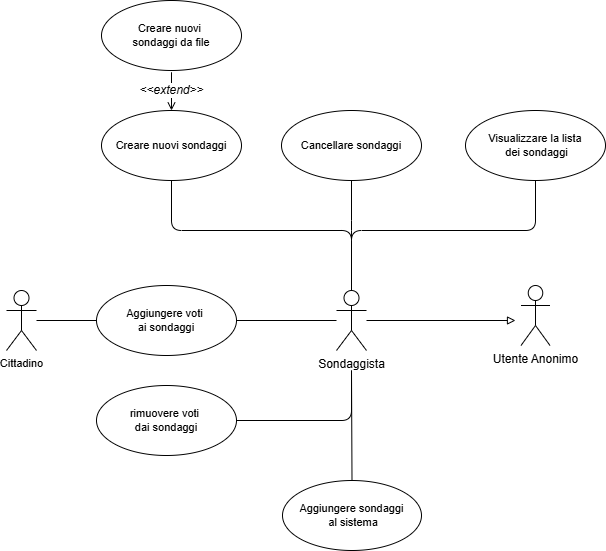
Before: deliverable/images/UseCase_diagrams/Sondaggista.drawio.png, a diagram exported from draw.io (lucafano04/progettoIngenieriaSoftware). Source tidied: cells renumbered, new cells last; positions are measured from the earlier drawing's top-left corner, leaving out a move shared by most shapes.
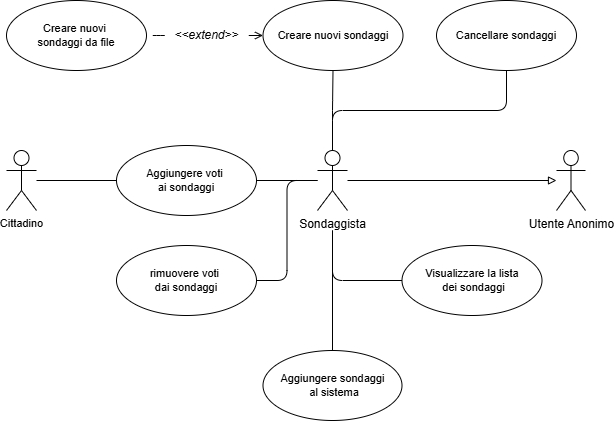
After the commit.

Commit message:
updated Anonimo and Sondaggista use case images

Diff of the diagram source:
```diff
@@ -2,86 +2,84 @@
   <root>
     <mxCell id="0" />
     <mxCell id="1" parent="0" />
-    <mxCell id="2" style="edgeStyle=orthogonalEdgeStyle;shape=connector;curved=0;rounded=1;jettySize=auto;html=1;strokeColor=default;align=center;verticalAlign=middle;fontFamily=Helvetica;fontSize=11;fontColor=default;labelBackgroundColor=default;endArrow=none;endFill=0;" parent="1" edge="1" source="7" target="16">
-      <mxGeometry relative="1" as="geometry">
-        <Array as="points">
-          <mxPoint x="345" y="230" />
-          <mxPoint x="529" y="230" />
-        </Array>
-      </mxGeometry>
-    </mxCell>
+    <mxCell id="5" style="edgeStyle=orthogonalEdgeStyle;shape=connector;curved=0;rounded=1;jettySize=auto;html=1;strokeColor=default;align=center;verticalAlign=middle;fontFamily=Helvetica;fontSize=11;fontColor=default;labelBackgroundColor=default;endArrow=none;endFill=0;" parent="1" edge="1" source="7" target="11">
+      <mxGeometry relative="1" as="geometry" />
+    </mxCell>
+    <mxCell id="21" style="edgeStyle=orthogonalEdgeStyle;rounded=1;jettySize=auto;html=1;entryX=1;entryY=0.5;entryDx=0;entryDy=0;curved=0;endArrow=none;endFill=0;" parent="1" edge="1" source="7" target="18">
+      <mxGeometry relative="1" as="geometry" />
+    </mxCell>
+    <mxCell id="4" style="edgeStyle=orthogonalEdgeStyle;rounded=1;jettySize=auto;html=1;entryX=0.5;entryY=1;entryDx=0;entryDy=0;curved=0;endArrow=none;endFill=0;" parent="1" edge="1" source="7" target="10">
+      <mxGeometry relative="1" as="geometry">
+        <Array as="points">
+          <mxPoint x="345" y="250" />
+          <mxPoint x="519" y="250" />
+        </Array>
+      </mxGeometry>
+    </mxCell>
-    <mxCell id="3" style="edgeStyle=orthogonalEdgeStyle;shape=connector;curved=0;rounded=1;jettySize=auto;html=1;strokeColor=default;align=center;verticalAlign=middle;fontFamily=Helvetica;fontSize=11;fontColor=default;labelBackgroundColor=default;endArrow=none;endFill=0;" parent="1" edge="1" source="7" target="15">
-      <mxGeometry relative="1" as="geometry">
-        <Array as="points">
-          <mxPoint x="345" y="230" />
-          <mxPoint x="165" y="230" />
-        </Array>
-      </mxGeometry>
+    <mxCell id="3" style="edgeStyle=orthogonalEdgeStyle;rounded=1;jettySize=auto;html=1;entryX=0.5;entryY=1;entryDx=0;entryDy=0;endArrow=none;endFill=0;curved=0;" parent="1" edge="1" source="7" target="15">
+      <mxGeometry relative="1" as="geometry" />
     </mxCell>
-    <mxCell id="4" style="edgeStyle=orthogonalEdgeStyle;shape=connector;curved=0;rounded=1;jettySize=auto;html=1;strokeColor=default;align=center;verticalAlign=middle;fontFamily=Helvetica;fontSize=11;fontColor=default;labelBackgroundColor=default;endArrow=none;endFill=0;" parent="1" edge="1" source="7" target="10">
-      <mxGeometry relative="1" as="geometry">
-        <Array as="points">
-          <mxPoint x="345" y="230" />
-          <mxPoint x="345" y="230" />
-        </Array>
-      </mxGeometry>
-    </mxCell>
-    <mxCell id="5" style="edgeStyle=orthogonalEdgeStyle;shape=connector;curved=0;rounded=1;jettySize=auto;html=1;strokeColor=default;align=center;verticalAlign=middle;fontFamily=Helvetica;fontSize=11;fontColor=default;labelBackgroundColor=default;endArrow=none;endFill=0;" parent="1" edge="1" source="7" target="11">
-      <mxGeometry relative="1" as="geometry" />
-    </mxCell>
-    <mxCell id="6" style="edgeStyle=orthogonalEdgeStyle;shape=connector;curved=0;rounded=1;jettySize=auto;html=1;entryX=1;entryY=0.5;entryDx=0;entryDy=0;strokeColor=default;align=center;verticalAlign=middle;fontFamily=Helvetica;fontSize=11;fontColor=default;labelBackgroundColor=default;endArrow=none;endFill=0;" parent="1" edge="1" target="18">
-      <mxGeometry relative="1" as="geometry">
-        <mxPoint x="345" y="370" as="sourcePoint" />
-        <Array as="points">
-          <mxPoint x="345" y="420" />
-        </Array>
-      </mxGeometry>
-    </mxCell>
     <mxCell id="7" value="Sondaggista" style="shape=umlActor;verticalLabelPosition=bottom;verticalAlign=top;html=1;outlineConnect=0;" parent="1" vertex="1">
       <mxGeometry x="330" y="290" width="30" height="60" as="geometry" />
     </mxCell>
-    <mxCell id="8" style="edgeStyle=orthogonalEdgeStyle;rounded=1;jettySize=auto;html=1;endArrow=none;endFill=0;curved=0;" parent="1" edge="1" source="9">
-      <mxGeometry relative="1" as="geometry">
-        <mxPoint x="345" y="370" as="targetPoint" />
-      </mxGeometry>
-    </mxCell>
+    <mxCell id="22" style="edgeStyle=orthogonalEdgeStyle;rounded=1;jettySize=auto;html=1;endArrow=none;endFill=0;curved=0;exitX=0.5;exitY=0;exitDx=0;exitDy=0;" parent="1" edge="1" source="9">
+      <mxGeometry relative="1" as="geometry">
+        <mxPoint x="345" y="370" as="targetPoint" />
+        <Array as="points">
+          <mxPoint x="345" y="530" />
+        </Array>
+      </mxGeometry>
+    </mxCell>
     <mxCell id="9" value="Aggiungere sondaggi&lt;div&gt;&amp;nbsp;al sistema&lt;/div&gt;" style="ellipse;whiteSpace=wrap;html=1;fontFamily=Helvetica;fontSize=11;fontColor=default;labelBackgroundColor=default;" parent="1" vertex="1">
-      <mxGeometry x="276" y="480" width="139" height="70" as="geometry" />
+      <mxGeometry x="275.5" y="490" width="139" height="70" as="geometry" />
     </mxCell>
     <mxCell id="10" value="Cancellare sondaggi" style="ellipse;whiteSpace=wrap;html=1;fontFamily=Helvetica;fontSize=11;fontColor=default;labelBackgroundColor=default;" parent="1" vertex="1">
-      <mxGeometry x="275" y="110" width="140" height="70" as="geometry" />
+      <mxGeometry x="449" y="140" width="140" height="70" as="geometry" />
     </mxCell>
     <mxCell id="11" value="Aggiungere voti&amp;nbsp;&lt;div&gt;ai sondaggi&lt;/div&gt;" style="ellipse;whiteSpace=wrap;html=1;fontFamily=Helvetica;fontSize=11;fontColor=default;labelBackgroundColor=default;" parent="1" vertex="1">
-      <mxGeometry x="90" y="285" width="140" height="70" as="geometry" />
+      <mxGeometry x="129" y="285" width="140" height="70" as="geometry" />
     </mxCell>
     <mxCell id="12" style="edgeStyle=orthogonalEdgeStyle;shape=connector;curved=0;rounded=1;jettySize=auto;html=1;strokeColor=default;align=center;verticalAlign=middle;fontFamily=Helvetica;fontSize=11;fontColor=default;labelBackgroundColor=default;endArrow=none;endFill=0;" parent="1" edge="1" source="13" target="11">
       <mxGeometry relative="1" as="geometry" />
     </mxCell>
     <mxCell id="13" value="Cittadino" style="shape=umlActor;verticalLabelPosition=bottom;verticalAlign=top;html=1;fontFamily=Helvetica;fontSize=11;fontColor=default;labelBackgroundColor=default;" parent="1" vertex="1">
-      <mxGeometry y="290" width="30" height="60" as="geometry" />
+      <mxGeometry x="19" y="290" width="30" height="60" as="geometry" />
     </mxCell>
-    <mxCell id="14" value="&lt;i&gt;&lt;font style=&quot;font-size: 12px;&quot;&gt;&amp;lt;&amp;lt;extend&amp;gt;&amp;gt;&lt;/font&gt;&lt;/i&gt;" style="edgeStyle=orthogonalEdgeStyle;shape=connector;curved=0;rounded=1;jettySize=auto;html=1;entryX=0.5;entryY=1;entryDx=0;entryDy=0;dashed=1;dashPattern=12 12;strokeColor=default;align=center;verticalAlign=middle;fontFamily=Helvetica;fontSize=11;fontColor=default;labelBackgroundColor=default;startArrow=open;startFill=0;endArrow=none;endFill=0;" parent="1" edge="1" source="15" target="17">
-      <mxGeometry relative="1" as="geometry" />
+    <mxCell id="14" value="&lt;i&gt;&lt;font style=&quot;font-size: 12px;&quot;&gt;&amp;lt;&amp;lt;extend&amp;gt;&amp;gt;&lt;/font&gt;&lt;/i&gt;" style="edgeStyle=orthogonalEdgeStyle;shape=connector;curved=0;rounded=1;jettySize=auto;html=1;entryX=1;entryY=0.5;entryDx=0;entryDy=0;dashed=1;dashPattern=12 12;strokeColor=default;align=center;verticalAlign=middle;fontFamily=Helvetica;fontSize=11;fontColor=default;labelBackgroundColor=default;startArrow=open;startFill=0;endArrow=none;endFill=0;" parent="1" edge="1" source="15" target="17">
+      <mxGeometry x="-0.03" relative="1" as="geometry">
+        <Array as="points">
+          <mxPoint x="179" y="175" />
+          <mxPoint x="179" y="175" />
+        </Array>
+      </mxGeometry>
     </mxCell>
     <mxCell id="15" value="Creare nuovi sondaggi" style="ellipse;whiteSpace=wrap;html=1;fontFamily=Helvetica;fontSize=11;fontColor=default;labelBackgroundColor=default;" parent="1" vertex="1">
-      <mxGeometry x="95" y="110" width="140" height="70" as="geometry" />
+      <mxGeometry x="275.5" y="140" width="140" height="70" as="geometry" />
     </mxCell>
     <mxCell id="16" value="Visualizzare la lista&lt;div&gt;&amp;nbsp;dei sondaggi&lt;/div&gt;" style="ellipse;whiteSpace=wrap;html=1;fontFamily=Helvetica;fontSize=11;fontColor=default;labelBackgroundColor=default;" parent="1" vertex="1">
-      <mxGeometry x="459" y="110" width="140" height="70" as="geometry" />
+      <mxGeometry x="414.5" y="385" width="140" height="70" as="geometry" />
     </mxCell>
     <mxCell id="17" value="Creare nuovi&amp;nbsp;&lt;div&gt;sondaggi da file&lt;/div&gt;" style="ellipse;whiteSpace=wrap;html=1;fontFamily=Helvetica;fontSize=11;fontColor=default;labelBackgroundColor=default;" parent="1" vertex="1">
-      <mxGeometry x="95" width="140" height="70" as="geometry" />
+      <mxGeometry x="19" y="140" width="140" height="70" as="geometry" />
     </mxCell>
     <mxCell id="18" value="rimuovere voti&amp;nbsp;&lt;div&gt;dai sondaggi&lt;/div&gt;" style="ellipse;whiteSpace=wrap;html=1;fontFamily=Helvetica;fontSize=11;fontColor=default;labelBackgroundColor=default;" parent="1" vertex="1">
-      <mxGeometry x="90" y="385" width="140" height="70" as="geometry" />
+      <mxGeometry x="129" y="385" width="140" height="70" as="geometry" />
     </mxCell>
-    <mxCell id="19" style="edgeStyle=orthogonalEdgeStyle;shape=connector;curved=0;rounded=1;jettySize=auto;html=1;strokeColor=default;align=center;verticalAlign=middle;fontFamily=Helvetica;fontSize=11;fontColor=default;labelBackgroundColor=default;endArrow=block;endFill=0;" parent="1" edge="1" source="7">
-      <mxGeometry relative="1" as="geometry">
-        <mxPoint x="509" y="320" as="targetPoint" />
-      </mxGeometry>
-    </mxCell>
+    <mxCell id="23" style="edgeStyle=orthogonalEdgeStyle;shape=connector;curved=0;rounded=1;jettySize=auto;html=1;strokeColor=default;align=center;verticalAlign=middle;fontFamily=Helvetica;fontSize=11;fontColor=default;labelBackgroundColor=default;endArrow=block;endFill=0;" parent="1" edge="1" source="7">
+      <mxGeometry relative="1" as="geometry">
+        <mxPoint x="569" y="320" as="targetPoint" />
+      </mxGeometry>
+    </mxCell>
     <mxCell id="20" value="Utente Anonimo" style="shape=umlActor;verticalLabelPosition=bottom;verticalAlign=top;html=1;" parent="1" vertex="1">
-      <mxGeometry x="514.5" y="285" width="29" height="60" as="geometry" />
+      <mxGeometry x="569" y="290" width="29" height="60" as="geometry" />
     </mxCell>
+    <mxCell id="24" style="edgeStyle=orthogonalEdgeStyle;shape=connector;curved=0;rounded=1;jettySize=auto;html=1;entryX=0;entryY=0.5;entryDx=0;entryDy=0;strokeColor=default;align=center;verticalAlign=middle;fontFamily=Helvetica;fontSize=11;fontColor=default;labelBackgroundColor=default;endArrow=none;endFill=0;" parent="1" edge="1" target="16">
+      <mxGeometry relative="1" as="geometry">
+        <mxPoint x="345" y="370" as="sourcePoint" />
+        <Array as="points">
+          <mxPoint x="345" y="420" />
+        </Array>
+      </mxGeometry>
+    </mxCell>
   </root>
 </mxGraphModel>
```
